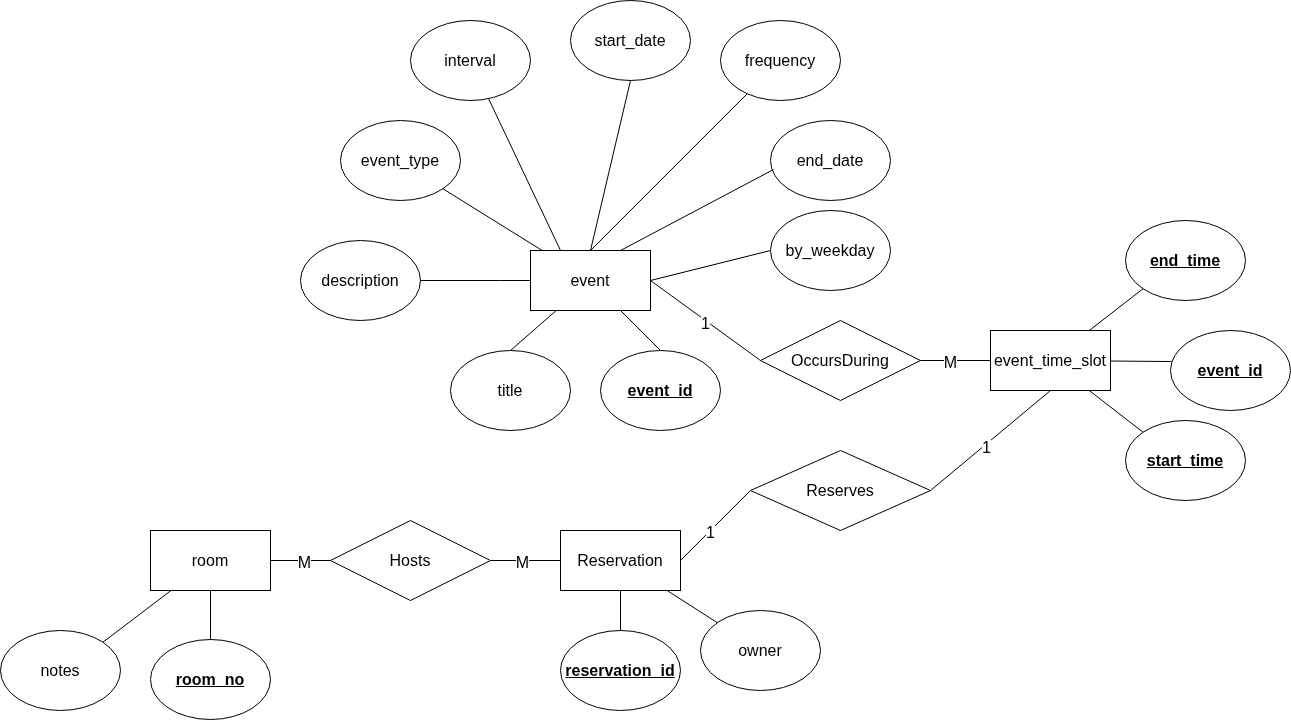
rusty-trim/classroom-scheduling-app keeps this draw.io diagram as Extra/Room_Scheduling.drawio.png. Above is the earlier version. Source tidied: cells renumbered, new cells last; positions are measured from the earlier drawing's top-left corner, leaving out a move shared by most shapes.
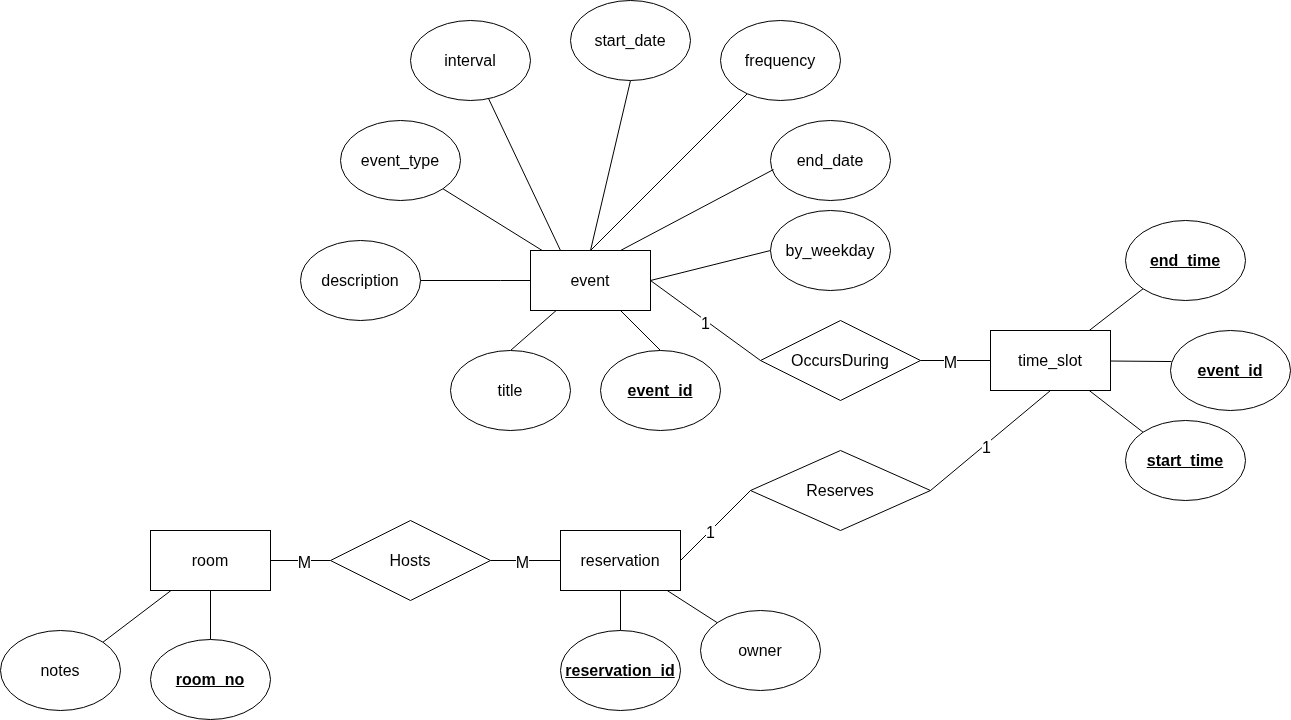
After the commit.

Diff of the diagram source:
```diff
@@ -51,7 +51,7 @@
     <mxCell id="16" style="rounded=0;jettySize=auto;html=1;entryX=0;entryY=1;entryDx=0;entryDy=0;endArrow=none;endFill=0;fontSize=16;" parent="1" edge="1" source="17" target="21">
       <mxGeometry relative="1" as="geometry" />
     </mxCell>
-    <mxCell id="17" value="event_time_slot" style="rounded=0;whiteSpace=wrap;html=1;fontSize=16;" parent="1" vertex="1">
+    <mxCell id="17" value="time_slot" style="rounded=0;whiteSpace=wrap;html=1;fontSize=16;" parent="1" vertex="1">
       <mxGeometry x="990" y="330" width="120" height="60" as="geometry" />
     </mxCell>
     <mxCell id="18" value="event_id" style="ellipse;whiteSpace=wrap;html=1;fontStyle=5;fontSize=16;" parent="1" vertex="1">
@@ -87,7 +87,7 @@
     <mxCell id="28" style="rounded=0;jettySize=auto;html=1;endArrow=none;endFill=0;fontSize=16;" parent="1" edge="1" source="29" target="36">
       <mxGeometry relative="1" as="geometry" />
     </mxCell>
-    <mxCell id="29" value="Reservation" style="rounded=0;whiteSpace=wrap;html=1;fontSize=16;" parent="1" vertex="1">
+    <mxCell id="29" value="reservation" style="rounded=0;whiteSpace=wrap;html=1;fontSize=16;" parent="1" vertex="1">
       <mxGeometry x="560" y="530" width="120" height="60" as="geometry" />
     </mxCell>
     <mxCell id="30" value="reservation_id" style="ellipse;whiteSpace=wrap;html=1;fontStyle=5;fontSize=16;" parent="1" vertex="1">
```
